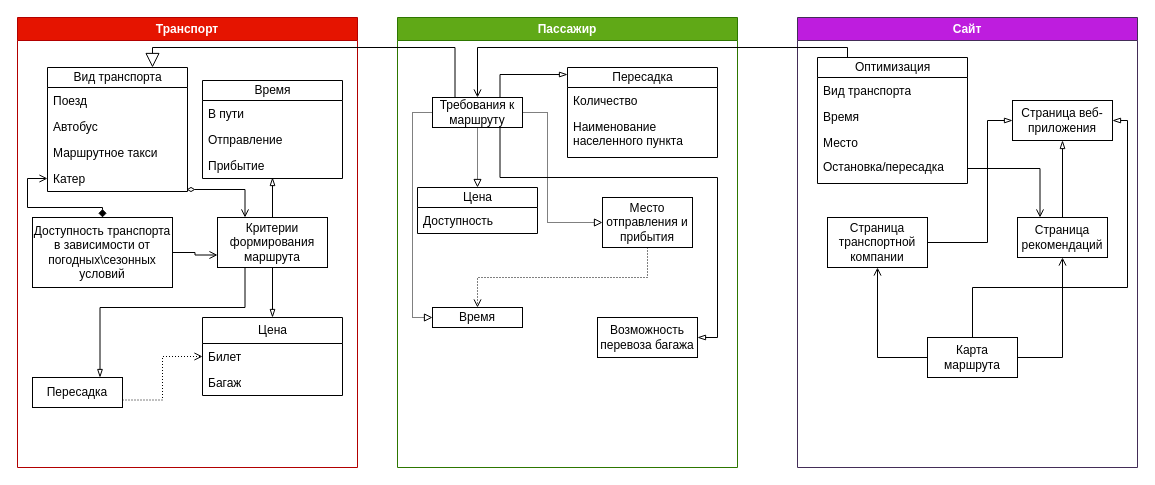
Earlier version of the draw.io diagram мпо.drawio (Anaastasiya/-). Source tidied: cells renumbered, new cells numbered last; positions are measured from the earlier drawing's top-left corner, leaving out a move shared by most shapes. Both pictures are drawn from the tidied source at 100%, with x=0, y=0 at pixel (17, 17).
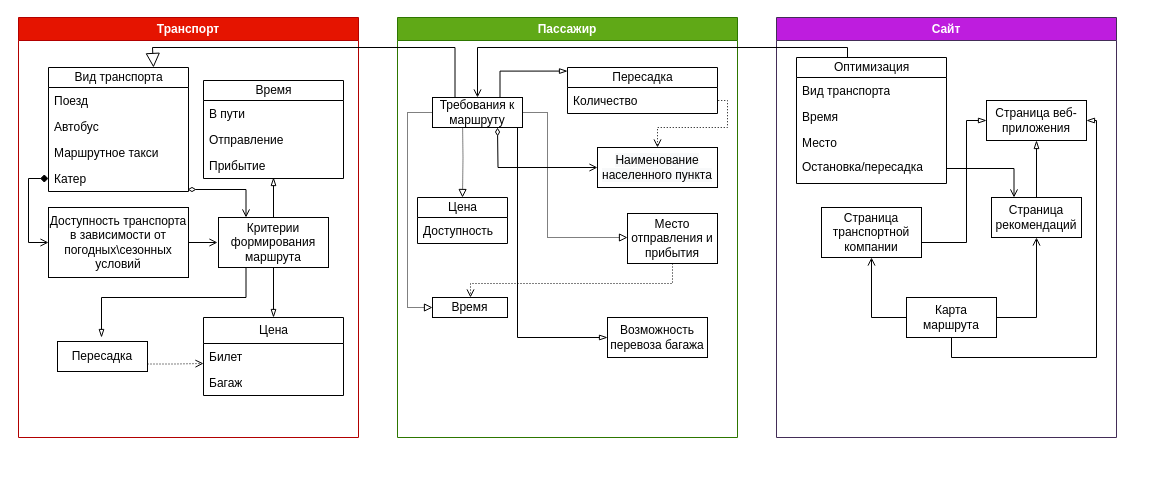
The same diagram, later.

The change refers to these unchanged cells:
```xml
<mxCell id="7" value="Катер" style="text;strokeColor=none;fillColor=none;align=left;verticalAlign=top;spacingLeft=4;spacingRight=4;overflow=hidden;points=[[0,0.5],[1,0.5]];portConstraint=eastwest;whiteSpace=wrap;html=1;" parent="3" vertex="1">
  <mxGeometry y="98" width="140" height="26" as="geometry" />
</mxCell>
<mxCell id="18" value="Критерии формирования маршрута" style="whiteSpace=wrap;html=1;align=center;newEdgeStyle={&quot;edgeStyle&quot;:&quot;elbowEdgeStyle&quot;,&quot;startArrow&quot;:&quot;none&quot;,&quot;endArrow&quot;:&quot;none&quot;};" parent="2" vertex="1">
  <mxGeometry x="200" y="200" width="110" height="50" as="geometry" />
</mxCell>
<mxCell id="20" value="Билет" style="text;strokeColor=none;fillColor=none;align=left;verticalAlign=top;spacingLeft=4;spacingRight=4;overflow=hidden;points=[[0,0.5],[1,0.5]];portConstraint=eastwest;whiteSpace=wrap;html=1;" parent="19" vertex="1">
  <mxGeometry y="26" width="140" height="26" as="geometry" />
</mxCell>
<mxCell id="29" value="Количество" style="text;strokeColor=none;fillColor=none;align=left;verticalAlign=top;spacingLeft=4;spacingRight=4;overflow=hidden;points=[[0,0.5],[1,0.5]];portConstraint=eastwest;whiteSpace=wrap;html=1;" parent="28" vertex="1">
  <mxGeometry y="20" width="150" height="26" as="geometry" />
</mxCell>
<mxCell id="40" value="Требования к маршруту" style="whiteSpace=wrap;html=1;align=center;newEdgeStyle={&quot;edgeStyle&quot;:&quot;elbowEdgeStyle&quot;,&quot;startArrow&quot;:&quot;none&quot;,&quot;endArrow&quot;:&quot;none&quot;};" parent="25" vertex="1">
  <mxGeometry x="35" y="80" width="90" height="30" as="geometry" />
</mxCell>
```

Diff of the diagram source:
```diff
@@
     <mxCell id="2" value="Транспорт" style="swimlane;whiteSpace=wrap;html=1;fillColor=#e51400;strokeColor=#B20000;fontColor=#ffffff;" parent="1" vertex="1">
-      <mxGeometry width="340" height="450" as="geometry" />
+      <mxGeometry x="1" width="340" height="420" as="geometry" />
     </mxCell>
@@
-    <mxCell id="12" style="edgeStyle=orthogonalEdgeStyle;rounded=0;jettySize=auto;html=1;exitX=1;exitY=0.75;exitDx=0;exitDy=0;entryX=0;entryY=0.5;entryDx=0;entryDy=0;startArrow=none;startFill=0;endArrow=open;endFill=0;dashed=1;dashPattern=1 2;" parent="2" edge="1" source="13" target="20">
+    <mxCell id="12" style="edgeStyle=orthogonalEdgeStyle;rounded=0;jettySize=auto;html=1;exitX=1;exitY=0.75;exitDx=0;exitDy=0;entryX=0;entryY=0.769;entryDx=0;entryDy=0;startArrow=none;startFill=0;endArrow=open;endFill=0;dashed=1;dashPattern=1 2;entryPerimeter=0;" parent="2" edge="1" source="13" target="20">
       <mxGeometry relative="1" as="geometry" />
     </mxCell>
     <mxCell id="13" value="Пересадка" style="whiteSpace=wrap;html=1;align=center;newEdgeStyle={&quot;edgeStyle&quot;:&quot;elbowEdgeStyle&quot;,&quot;startArrow&quot;:&quot;none&quot;,&quot;endArrow&quot;:&quot;none&quot;};" parent="2" vertex="1">
-      <mxGeometry x="15" y="360" width="90" height="30" as="geometry" />
+      <mxGeometry x="39" y="324" width="90" height="30" as="geometry" />
     </mxCell>
@@
-    <mxCell id="17" style="edgeStyle=orthogonalEdgeStyle;rounded=0;jettySize=auto;html=1;exitX=0.25;exitY=1;exitDx=0;exitDy=0;entryX=0.75;entryY=0;entryDx=0;entryDy=0;startArrow=none;startFill=0;endArrow=blockThin;endFill=0;" parent="2" edge="1" source="18" target="13">
+    <mxCell id="17" style="edgeStyle=orthogonalEdgeStyle;rounded=0;jettySize=auto;html=1;exitX=0.25;exitY=1;exitDx=0;exitDy=0;startArrow=none;startFill=0;endArrow=blockThin;endFill=0;" parent="2" edge="1" source="18">
       <mxGeometry relative="1" as="geometry">
+        <mxPoint x="83" y="320" as="targetPoint" />
         <Array as="points">
-          <mxPoint x="228" y="290" />
-          <mxPoint x="83" y="290" />
+          <mxPoint x="228" y="280" />
+          <mxPoint x="83" y="280" />
         </Array>
       </mxGeometry>
     </mxCell>
@@
-    <mxCell id="22" style="edgeStyle=orthogonalEdgeStyle;rounded=0;jettySize=auto;html=1;exitX=0.5;exitY=0;exitDx=0;exitDy=0;entryX=0;entryY=0.5;entryDx=0;entryDy=0;startArrow=diamond;startFill=1;endArrow=open;endFill=0;" parent="2" edge="1" source="24" target="7">
+    <mxCell id="22" style="edgeStyle=orthogonalEdgeStyle;rounded=0;jettySize=auto;html=1;exitX=0;exitY=0.5;exitDx=0;exitDy=0;entryX=0;entryY=0.5;entryDx=0;entryDy=0;startArrow=open;startFill=0;endArrow=diamond;endFill=1;" parent="2" edge="1" source="24" target="7">
       <mxGeometry relative="1" as="geometry">
         <Array as="points">
-          <mxPoint x="85" y="190" />
-          <mxPoint x="10" y="190" />
+          <mxPoint x="10" y="225" />
           <mxPoint x="10" y="161" />
         </Array>
       </mxGeometry>
     </mxCell>
-    <mxCell id="23" style="edgeStyle=orthogonalEdgeStyle;rounded=0;jettySize=auto;html=1;exitX=1;exitY=0.5;exitDx=0;exitDy=0;entryX=0;entryY=0.75;entryDx=0;entryDy=0;startArrow=none;startFill=0;endArrow=open;endFill=0;" parent="2" edge="1" source="24" target="18">
-      <mxGeometry relative="1" as="geometry" />
+    <mxCell id="23" style="edgeStyle=orthogonalEdgeStyle;rounded=0;jettySize=auto;html=1;exitX=1;exitY=0.5;exitDx=0;exitDy=0;startArrow=none;startFill=0;endArrow=open;endFill=0;" parent="2" edge="1" source="24">
+      <mxGeometry relative="1" as="geometry">
+        <mxPoint x="199" y="225" as="targetPoint" />
+        <Array as="points">
+          <mxPoint x="199" y="225" />
+        </Array>
+      </mxGeometry>
     </mxCell>
     <mxCell id="24" value="Доступность транспорта в зависимости от погодных\сезонных условий" style="whiteSpace=wrap;html=1;align=center;newEdgeStyle={&quot;edgeStyle&quot;:&quot;elbowEdgeStyle&quot;,&quot;startArrow&quot;:&quot;none&quot;,&quot;endArrow&quot;:&quot;none&quot;};" parent="2" vertex="1">
-      <mxGeometry x="15" y="200" width="140" height="70" as="geometry" />
+      <mxGeometry x="30" y="190" width="140" height="70" as="geometry" />
     </mxCell>
     <mxCell id="25" value="Пассажир" style="swimlane;whiteSpace=wrap;html=1;fillColor=#60a917;strokeColor=#2D7600;fontColor=#ffffff;" parent="1" vertex="1">
-      <mxGeometry x="380" width="340" height="450" as="geometry" />
+      <mxGeometry x="380" width="340" height="420" as="geometry" />
     </mxCell>
     <mxCell id="26" value="Цена" style="swimlane;fontStyle=0;horizontal=1;startSize=20;fillColor=none;html=1;" parent="25" vertex="1">
-      <mxGeometry x="20" y="170" width="120" height="46" as="geometry" />
+      <mxGeometry x="20" y="180" width="90" height="46" as="geometry" />
     </mxCell>
     <mxCell id="27" value="Доступность" style="text;strokeColor=none;fillColor=none;align=left;verticalAlign=top;spacingLeft=4;spacingRight=4;overflow=hidden;whiteSpace=wrap;html=1;" parent="26" vertex="1">
-      <mxGeometry y="20" width="120" height="26" as="geometry" />
+      <mxGeometry y="20" width="90" height="26" as="geometry" />
     </mxCell>
     <mxCell id="28" value="Пересадка" style="swimlane;fontStyle=0;horizontal=1;startSize=20;fillColor=none;html=1;" parent="25" vertex="1">
-      <mxGeometry x="170" y="50" width="150" height="90" as="geometry" />
+      <mxGeometry x="170" y="50" width="150" height="46" as="geometry" />
     </mxCell>
@@
-    <mxCell id="30" value="Наименование населенного пункта" style="text;strokeColor=none;fillColor=none;align=left;verticalAlign=top;spacingLeft=4;spacingRight=4;overflow=hidden;points=[[0,0.5],[1,0.5]];portConstraint=eastwest;whiteSpace=wrap;html=1;" parent="28" vertex="1">
-      <mxGeometry y="46" width="150" height="44" as="geometry" />
-    </mxCell>
     <mxCell id="31" value="Возможность перевоза багажа" style="whiteSpace=wrap;html=1;align=center;newEdgeStyle={&quot;edgeStyle&quot;:&quot;elbowEdgeStyle&quot;,&quot;startArrow&quot;:&quot;none&quot;,&quot;endArrow&quot;:&quot;none&quot;};" parent="25" vertex="1">
-      <mxGeometry x="200" y="300" width="100" height="40" as="geometry" />
+      <mxGeometry x="210" y="300" width="100" height="40" as="geometry" />
     </mxCell>
     <mxCell id="32" style="edgeStyle=orthogonalEdgeStyle;rounded=0;jettySize=auto;html=1;exitX=0.5;exitY=1;exitDx=0;exitDy=0;dashed=1;dashPattern=1 2;startArrow=none;startFill=0;endArrow=open;endFill=0;strokeWidth=1;" parent="25" edge="1" source="33" target="34">
-      <mxGeometry relative="1" as="geometry" />
+      <mxGeometry relative="1" as="geometry">
+        <Array as="points">
+          <mxPoint x="275" y="266" />
+          <mxPoint x="73" y="266" />
+        </Array>
+      </mxGeometry>
     </mxCell>
     <mxCell id="33" value="Место отправления и прибытия" style="whiteSpace=wrap;html=1;align=center;newEdgeStyle={&quot;edgeStyle&quot;:&quot;elbowEdgeStyle&quot;,&quot;startArrow&quot;:&quot;none&quot;,&quot;endArrow&quot;:&quot;none&quot;};" parent="25" vertex="1">
-      <mxGeometry x="205" y="180" width="90" height="50" as="geometry" />
+      <mxGeometry x="230" y="196" width="90" height="50" as="geometry" />
     </mxCell>
     <mxCell id="34" value="Время" style="whiteSpace=wrap;html=1;align=center;newEdgeStyle={&quot;edgeStyle&quot;:&quot;elbowEdgeStyle&quot;,&quot;startArrow&quot;:&quot;none&quot;,&quot;endArrow&quot;:&quot;none&quot;};" parent="25" vertex="1">
-      <mxGeometry x="35" y="290" width="90" height="20" as="geometry" />
+      <mxGeometry x="35" y="280" width="75" height="20" as="geometry" />
     </mxCell>
-    <mxCell id="35" style="edgeStyle=orthogonalEdgeStyle;rounded=0;jettySize=auto;html=1;exitX=0.5;exitY=1;exitDx=0;exitDy=0;entryX=0.5;entryY=0;entryDx=0;entryDy=0;dashed=1;dashPattern=1 1;startArrow=none;startFill=0;endArrow=block;endFill=0;" parent="25" edge="1" source="40" target="26">
-      <mxGeometry relative="1" as="geometry" />
+    <mxCell id="35" style="edgeStyle=orthogonalEdgeStyle;rounded=0;jettySize=auto;html=1;entryX=0.5;entryY=0;entryDx=0;entryDy=0;dashed=1;dashPattern=1 1;startArrow=none;startFill=0;endArrow=block;endFill=0;" parent="25" edge="1" target="26">
+      <mxGeometry relative="1" as="geometry">
+        <mxPoint x="65" y="100" as="sourcePoint" />
+      </mxGeometry>
     </mxCell>
-    <mxCell id="36" style="edgeStyle=orthogonalEdgeStyle;rounded=0;jettySize=auto;html=1;exitX=1;exitY=0.5;exitDx=0;exitDy=0;entryX=0;entryY=0.5;entryDx=0;entryDy=0;dashed=1;dashPattern=1 1;startArrow=none;startFill=0;endArrow=block;endFill=0;" parent="25" edge="1" source="40" target="33">
+    <mxCell id="36" style="edgeStyle=orthogonalEdgeStyle;rounded=0;jettySize=auto;html=1;exitX=1;exitY=0.5;exitDx=0;exitDy=0;dashed=1;dashPattern=1 1;startArrow=none;startFill=0;endArrow=block;endFill=0;" parent="25" edge="1" source="40">
       <mxGeometry relative="1" as="geometry">
+        <mxPoint x="230" y="220" as="targetPoint" />
         <Array as="points">
           <mxPoint x="150" y="95" />
-          <mxPoint x="150" y="205" />
+          <mxPoint x="150" y="220" />
+          <mxPoint x="230" y="220" />
         </Array>
       </mxGeometry>
     </mxCell>
     <mxCell id="37" style="edgeStyle=orthogonalEdgeStyle;rounded=0;jettySize=auto;html=1;exitX=0;exitY=0.5;exitDx=0;exitDy=0;entryX=0;entryY=0.5;entryDx=0;entryDy=0;dashed=1;dashPattern=1 1;startArrow=none;startFill=0;endArrow=block;endFill=0;" parent="25" edge="1" source="40" target="34">
-      <mxGeometry relative="1" as="geometry" />
+      <mxGeometry relative="1" as="geometry">
+        <Array as="points">
+          <mxPoint x="10" y="95" />
+          <mxPoint x="10" y="290" />
+        </Array>
+      </mxGeometry>
     </mxCell>
@@
-    <mxCell id="39" style="edgeStyle=orthogonalEdgeStyle;rounded=0;jettySize=auto;html=1;exitX=0.75;exitY=1;exitDx=0;exitDy=0;entryX=1;entryY=0.5;entryDx=0;entryDy=0;strokeWidth=1;startArrow=none;startFill=0;endArrow=blockThin;endFill=0;" parent="25" edge="1" source="40" target="31">
+    <mxCell id="39" style="edgeStyle=orthogonalEdgeStyle;rounded=0;jettySize=auto;html=1;exitX=1;exitY=1;exitDx=0;exitDy=0;entryX=0;entryY=0.5;entryDx=0;entryDy=0;strokeWidth=1;startArrow=none;startFill=0;endArrow=blockThin;endFill=0;" parent="25" edge="1" source="40" target="31">
       <mxGeometry relative="1" as="geometry">
         <Array as="points">
-          <mxPoint x="103" y="160" />
-          <mxPoint x="320" y="160" />
-          <mxPoint x="320" y="320" />
+          <mxPoint x="120" y="110" />
+          <mxPoint x="120" y="320" />
         </Array>
       </mxGeometry>
     </mxCell>
@@
+    <mxCell id="59" style="edgeStyle=orthogonalEdgeStyle;rounded=0;jettySize=auto;html=1;dashed=1;dashPattern=1 2;endArrow=none;endFill=0;startArrow=open;startFill=0;" parent="25" edge="1" source="30" target="29">
+      <mxGeometry relative="1" as="geometry">
+        <Array as="points">
+          <mxPoint x="260" y="110" />
+          <mxPoint x="330" y="110" />
+          <mxPoint x="330" y="83" />
+        </Array>
+      </mxGeometry>
+    </mxCell>
+    <mxCell id="30" value="&lt;span style=&quot;color: rgb(0, 0, 0); font-family: Helvetica; font-size: 12px; font-style: normal; font-variant-ligatures: normal; font-variant-caps: normal; font-weight: 400; letter-spacing: normal; orphans: 2; text-align: left; text-indent: 0px; text-transform: none; widows: 2; word-spacing: 0px; -webkit-text-stroke-width: 0px; background-color: rgb(248, 249, 250); text-decoration-thickness: initial; text-decoration-style: initial; text-decoration-color: initial; float: none; display: inline !important;&quot;&gt;Наименование населенного пункта&lt;/span&gt;" style="whiteSpace=wrap;html=1;align=center;newEdgeStyle={&quot;edgeStyle&quot;:&quot;elbowEdgeStyle&quot;,&quot;startArrow&quot;:&quot;none&quot;,&quot;endArrow&quot;:&quot;none&quot;};" parent="25" vertex="1">
+      <mxGeometry x="200" y="130" width="120" height="40" as="geometry" />
+    </mxCell>
+    <mxCell id="60" style="edgeStyle=orthogonalEdgeStyle;rounded=0;jettySize=auto;html=1;exitX=0;exitY=0.5;exitDx=0;exitDy=0;entryX=0.993;entryY=0.923;entryDx=0;entryDy=0;entryPerimeter=0;startArrow=open;startFill=0;endArrow=diamondThin;endFill=0;" parent="25" edge="1" source="30">
+      <mxGeometry relative="1" as="geometry">
+        <mxPoint x="100" y="110" as="targetPoint" />
+      </mxGeometry>
+    </mxCell>
     <mxCell id="41" value="Сайт" style="swimlane;whiteSpace=wrap;html=1;fillColor=#BE1DDE;strokeColor=#432D57;fontColor=#ffffff;" parent="1" vertex="1">
-      <mxGeometry x="780" width="340" height="450" as="geometry" />
+      <mxGeometry x="759" width="340" height="420" as="geometry" />
     </mxCell>
@@
     <mxCell id="48" value="Страница транспортной компании" style="whiteSpace=wrap;html=1;align=center;newEdgeStyle={&quot;edgeStyle&quot;:&quot;elbowEdgeStyle&quot;,&quot;startArrow&quot;:&quot;none&quot;,&quot;endArrow&quot;:&quot;none&quot;};" parent="41" vertex="1">
-      <mxGeometry x="30" y="200" width="100" height="50" as="geometry" />
+      <mxGeometry x="45" y="190" width="100" height="50" as="geometry" />
     </mxCell>
@@
     <mxCell id="50" value="Страница рекомендаций" style="whiteSpace=wrap;html=1;align=center;newEdgeStyle={&quot;edgeStyle&quot;:&quot;elbowEdgeStyle&quot;,&quot;startArrow&quot;:&quot;none&quot;,&quot;endArrow&quot;:&quot;none&quot;};" parent="41" vertex="1">
-      <mxGeometry x="220" y="200" width="90" height="40" as="geometry" />
+      <mxGeometry x="215" y="180" width="90" height="40" as="geometry" />
     </mxCell>
-    <mxCell id="51" style="edgeStyle=orthogonalEdgeStyle;rounded=0;jettySize=auto;html=1;exitX=0.5;exitY=0;exitDx=0;exitDy=0;entryX=1;entryY=0.5;entryDx=0;entryDy=0;strokeWidth=1;startArrow=none;startFill=0;endArrow=blockThin;endFill=0;" parent="41" edge="1" source="54" target="55">
+    <mxCell id="51" style="edgeStyle=orthogonalEdgeStyle;rounded=0;jettySize=auto;html=1;exitX=0.5;exitY=1;exitDx=0;exitDy=0;entryX=1;entryY=0.5;entryDx=0;entryDy=0;strokeWidth=1;startArrow=none;startFill=0;endArrow=blockThin;endFill=0;" parent="41" edge="1" source="54" target="55">
       <mxGeometry relative="1" as="geometry">
         <Array as="points">
-          <mxPoint x="175" y="270" />
-          <mxPoint x="330" y="270" />
-          <mxPoint x="330" y="103" />
+          <mxPoint x="175" y="340" />
+          <mxPoint x="320" y="340" />
+          <mxPoint x="320" y="103" />
         </Array>
       </mxGeometry>
     </mxCell>
@@
     <mxCell id="54" value="Карта маршрута" style="whiteSpace=wrap;html=1;align=center;newEdgeStyle={&quot;edgeStyle&quot;:&quot;elbowEdgeStyle&quot;,&quot;startArrow&quot;:&quot;none&quot;,&quot;endArrow&quot;:&quot;none&quot;};" parent="41" vertex="1">
-      <mxGeometry x="130" y="320" width="90" height="40" as="geometry" />
+      <mxGeometry x="130" y="280" width="90" height="40" as="geometry" />
     </mxCell>
     <mxCell id="55" value="Страница веб-приложения" style="whiteSpace=wrap;html=1;align=center;newEdgeStyle={&quot;edgeStyle&quot;:&quot;elbowEdgeStyle&quot;,&quot;startArrow&quot;:&quot;none&quot;,&quot;endArrow&quot;:&quot;none&quot;};" parent="41" vertex="1">
-      <mxGeometry x="215" y="83" width="100" height="40" as="geometry" />
+      <mxGeometry x="210" y="83" width="100" height="40" as="geometry" />
     </mxCell>
```
